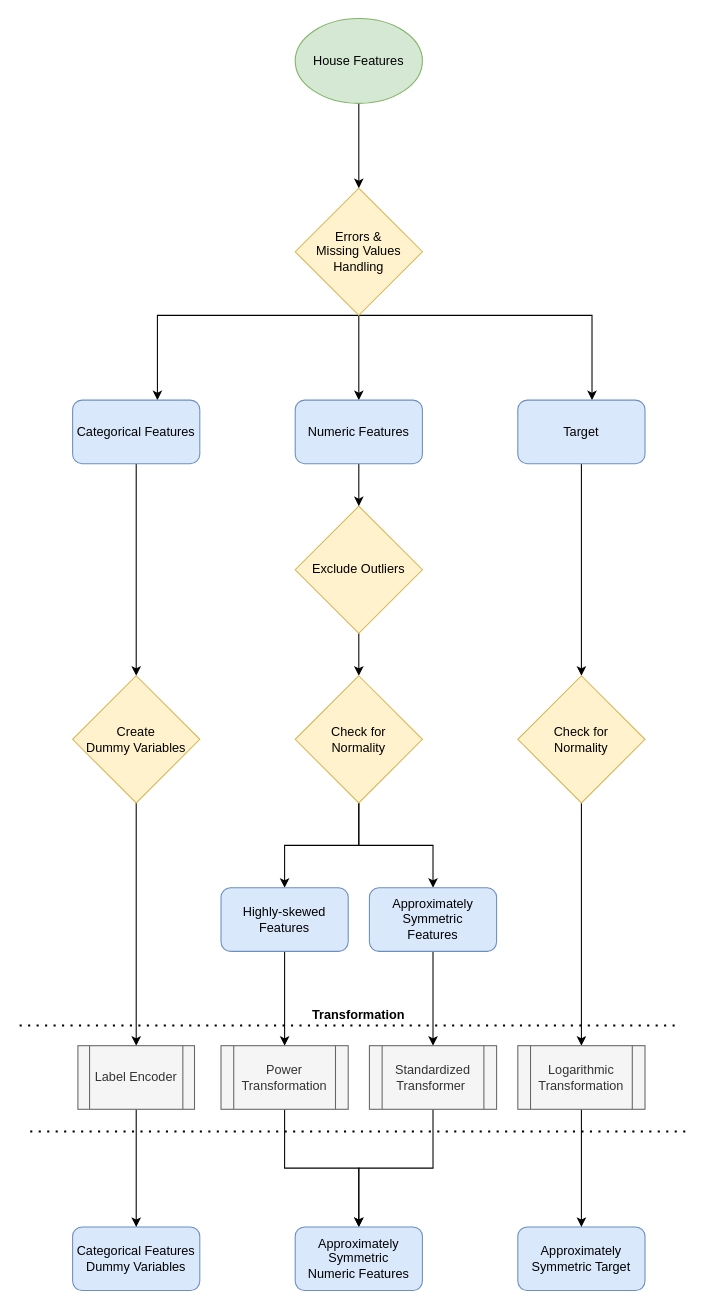
Above: img/blog/big-img/house-prices/Feature_Engineering_house_prices.drawio in hyunguk-jee/hyunguk-jee.github.io (draw.io), before the change. Source tidied: cells renumbered, new cells numbered last; positions are measured from the earlier drawing's top-left corner, leaving out a move shared by most shapes. Both pictures are drawn from the tidied source at 106%, with x=0, y=0 at pixel (19, 18).
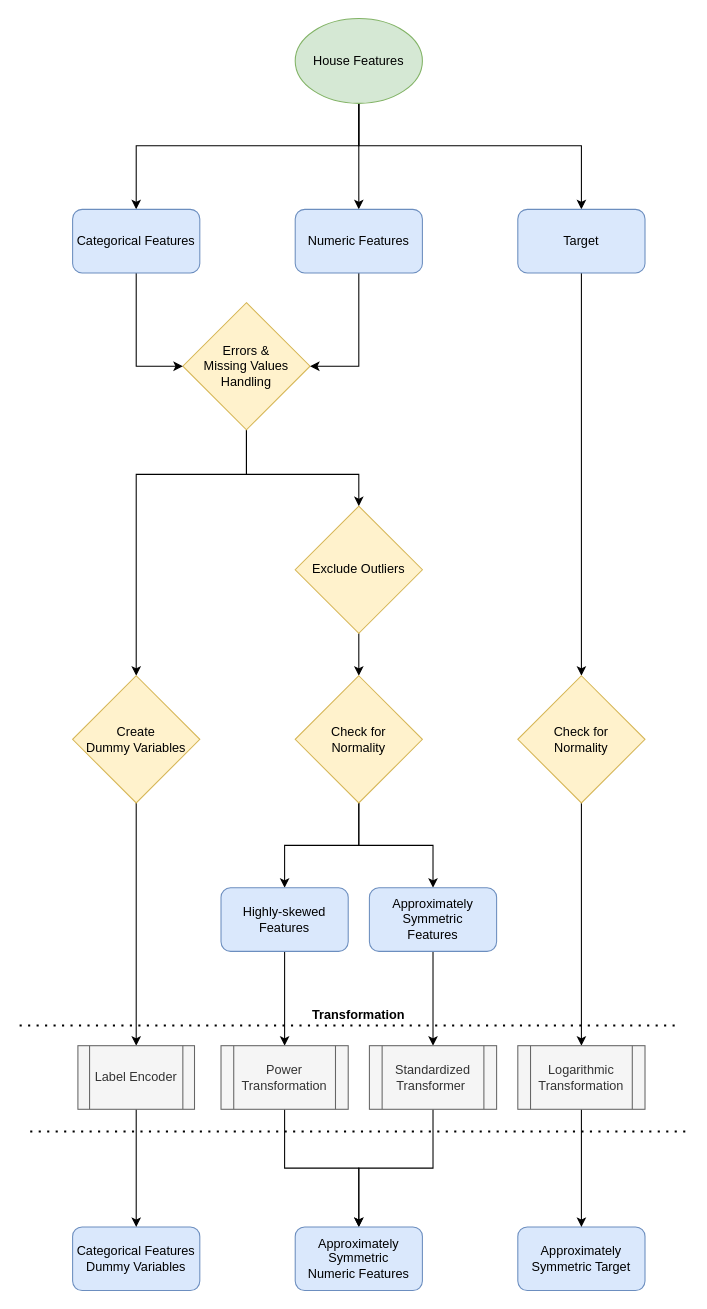
The same diagram, later.

The change refers to these unchanged cells:
```xml
<mxCell id="3" value="House Features" style="ellipse;whiteSpace=wrap;html=1;fillColor=#d5e8d4;strokeColor=#82b366;" parent="1" vertex="1">
  <mxGeometry x="260" width="120" height="80" as="geometry" />
</mxCell>
<mxCell id="9" value="Exclude Outliers" style="rhombus;whiteSpace=wrap;html=1;fillColor=#fff2cc;strokeColor=#d6b656;" parent="1" vertex="1">
  <mxGeometry x="260" y="460" width="120" height="120" as="geometry" />
</mxCell>
<mxCell id="22" value="Create &lt;br&gt;Dummy Variables" style="rhombus;whiteSpace=wrap;html=1;fillColor=#fff2cc;strokeColor=#d6b656;" parent="1" vertex="1">
  <mxGeometry x="50" y="620" width="120" height="120" as="geometry" />
</mxCell>
```

Change to the diagram source:
```diff
@@
-    <mxCell id="2" style="edgeStyle=orthogonalEdgeStyle;rounded=0;jettySize=auto;html=1;" parent="1" edge="1" source="3" target="7">
-      <mxGeometry relative="1" as="geometry" />
-    </mxCell>
+    <mxCell id="41" style="edgeStyle=orthogonalEdgeStyle;rounded=0;jettySize=auto;html=1;" parent="1" edge="1" source="3" target="18">
+      <mxGeometry relative="1" as="geometry">
+        <Array as="points">
+          <mxPoint x="320" y="120" />
+          <mxPoint x="110" y="120" />
+        </Array>
+      </mxGeometry>
+    </mxCell>
+    <mxCell id="42" style="edgeStyle=orthogonalEdgeStyle;rounded=0;jettySize=auto;html=1;" parent="1" edge="1" source="3" target="20">
+      <mxGeometry relative="1" as="geometry" />
+    </mxCell>
+    <mxCell id="43" style="edgeStyle=orthogonalEdgeStyle;rounded=0;jettySize=auto;html=1;" parent="1" edge="1" source="3" target="25">
+      <mxGeometry relative="1" as="geometry">
+        <Array as="points">
+          <mxPoint x="320" y="120" />
+          <mxPoint x="530" y="120" />
+        </Array>
+      </mxGeometry>
+    </mxCell>
@@
-    <mxCell id="4" style="edgeStyle=orthogonalEdgeStyle;rounded=0;jettySize=auto;html=1;" parent="1" edge="1" source="7" target="18">
-      <mxGeometry relative="1" as="geometry">
-        <Array as="points">
-          <mxPoint x="130" y="280" />
-        </Array>
-      </mxGeometry>
-    </mxCell>
-    <mxCell id="5" style="edgeStyle=orthogonalEdgeStyle;rounded=0;jettySize=auto;html=1;" parent="1" edge="1" source="7" target="20">
-      <mxGeometry relative="1" as="geometry" />
-    </mxCell>
-    <mxCell id="6" style="edgeStyle=orthogonalEdgeStyle;rounded=0;jettySize=auto;html=1;" parent="1" edge="1" source="7" target="25">
-      <mxGeometry relative="1" as="geometry">
-        <Array as="points">
-          <mxPoint x="540" y="280" />
-        </Array>
-      </mxGeometry>
-    </mxCell>
+    <mxCell id="44" style="edgeStyle=orthogonalEdgeStyle;rounded=0;jettySize=auto;html=1;entryX=0.5;entryY=0;entryDx=0;entryDy=0;" parent="1" edge="1" source="7" target="9">
+      <mxGeometry relative="1" as="geometry">
+        <Array as="points">
+          <mxPoint x="214" y="430" />
+          <mxPoint x="320" y="430" />
+        </Array>
+      </mxGeometry>
+    </mxCell>
+    <mxCell id="45" style="edgeStyle=orthogonalEdgeStyle;rounded=0;jettySize=auto;html=1;" parent="1" edge="1" source="7" target="22">
+      <mxGeometry relative="1" as="geometry">
+        <Array as="points">
+          <mxPoint x="214" y="430" />
+          <mxPoint x="110" y="430" />
+        </Array>
+      </mxGeometry>
+    </mxCell>
     <mxCell id="7" value="Errors &amp;amp; &lt;br&gt;Missing Values Handling" style="rhombus;whiteSpace=wrap;html=1;fillColor=#fff2cc;strokeColor=#d6b656;" parent="1" vertex="1">
-      <mxGeometry x="260" y="160" width="120" height="120" as="geometry" />
+      <mxGeometry x="154" y="268" width="120" height="120" as="geometry" />
     </mxCell>
@@
-    <mxCell id="17" style="edgeStyle=orthogonalEdgeStyle;rounded=0;jettySize=auto;html=1;" parent="1" edge="1" source="18" target="22">
-      <mxGeometry relative="1" as="geometry" />
-    </mxCell>
+    <mxCell id="46" style="edgeStyle=orthogonalEdgeStyle;rounded=0;jettySize=auto;html=1;entryX=0;entryY=0.5;entryDx=0;entryDy=0;" parent="1" edge="1" source="18" target="7">
+      <mxGeometry relative="1" as="geometry" />
+    </mxCell>
     <mxCell id="18" value="Categorical Features" style="rounded=1;whiteSpace=wrap;html=1;fillColor=#dae8fc;strokeColor=#6c8ebf;" parent="1" vertex="1">
-      <mxGeometry x="50" y="360" width="120" height="60" as="geometry" />
+      <mxGeometry x="50" y="180" width="120" height="60" as="geometry" />
     </mxCell>
-    <mxCell id="19" style="edgeStyle=orthogonalEdgeStyle;rounded=0;jettySize=auto;html=1;" parent="1" edge="1" source="20" target="9">
-      <mxGeometry relative="1" as="geometry" />
-    </mxCell>
+    <mxCell id="47" style="edgeStyle=orthogonalEdgeStyle;rounded=0;jettySize=auto;html=1;entryX=1;entryY=0.5;entryDx=0;entryDy=0;" parent="1" edge="1" source="20" target="7">
+      <mxGeometry relative="1" as="geometry" />
+    </mxCell>
     <mxCell id="20" value="Numeric Features" style="rounded=1;whiteSpace=wrap;html=1;fillColor=#dae8fc;strokeColor=#6c8ebf;" parent="1" vertex="1">
-      <mxGeometry x="260" y="360" width="120" height="60" as="geometry" />
+      <mxGeometry x="260" y="180" width="120" height="60" as="geometry" />
     </mxCell>
@@
     <mxCell id="25" value="Target" style="rounded=1;whiteSpace=wrap;html=1;fillColor=#dae8fc;strokeColor=#6c8ebf;" parent="1" vertex="1">
-      <mxGeometry x="470" y="360" width="120" height="60" as="geometry" />
+      <mxGeometry x="470" y="180" width="120" height="60" as="geometry" />
     </mxCell>
```
